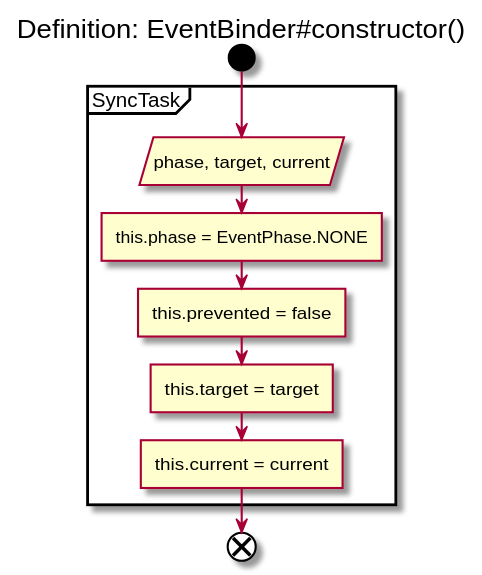
Earlier version of the PlantUML export _uml/svg/EventTargetAPI/Definition_EventBinder.constructor.svg (imazzine/imazzine.github.io).
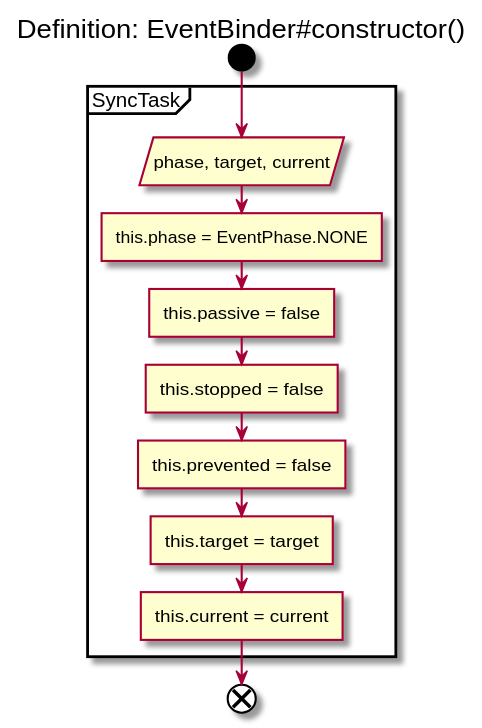
Later version of the same file.

Diff of the diagram source:
```diff
@@ -5,6 +5,8 @@
         partition SyncTask {
             :phase, target, current/
             :this.phase = EventPhase.NONE]
+            :this.passive = false]
+            :this.stopped = false]
             :this.prevented = false]
             :this.target = target]
             :this.current = current]
```
